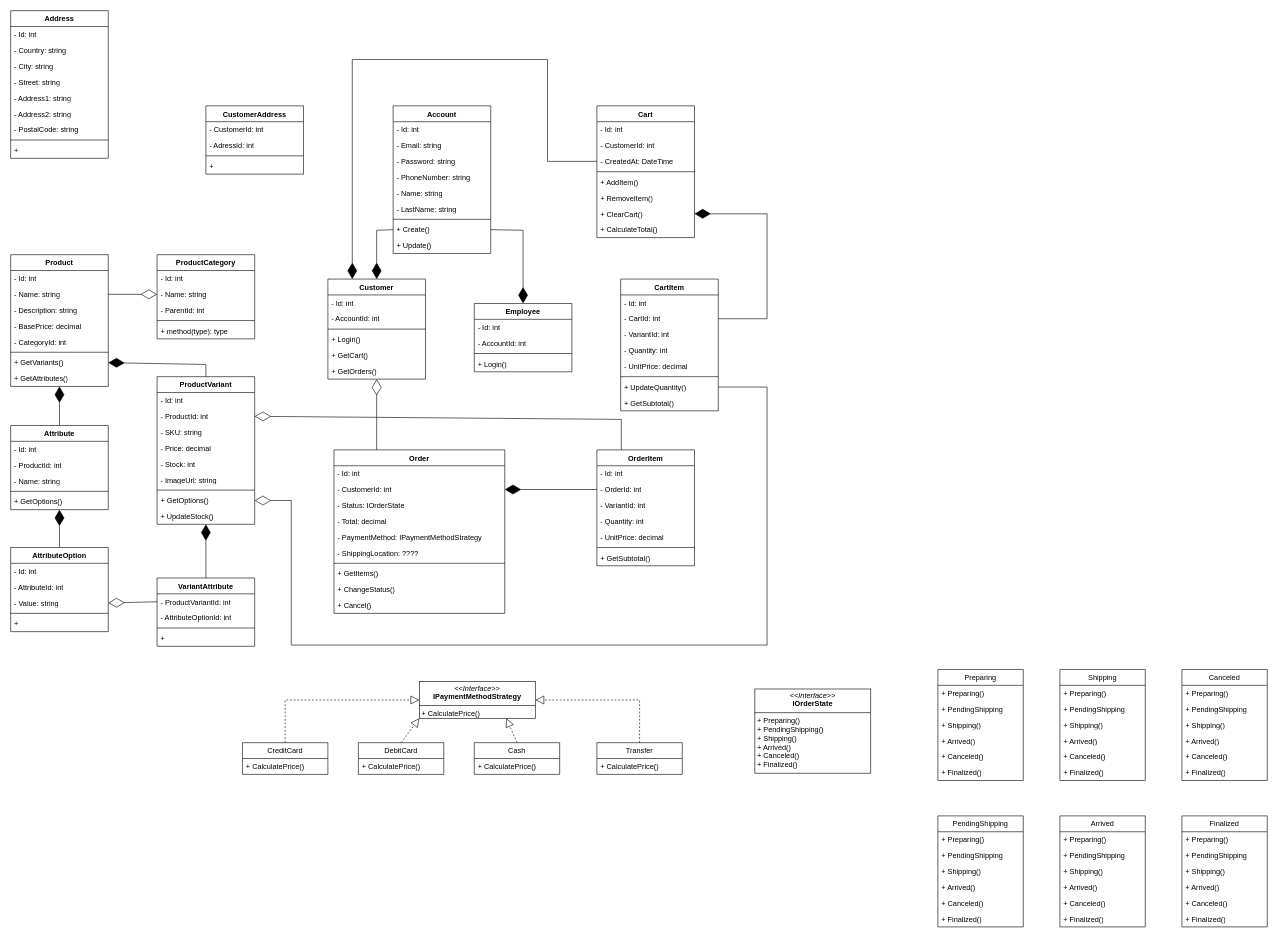
This is Ecommerce diagramm.drawio from Francisco-Galea/Diagramas-y-Otros, a draw.io file, before an edit. Source tidied: cells renumbered, new cells numbered last; positions are measured from the earlier drawing's top-left corner, leaving out a move shared by most shapes. Both pictures are drawn from the tidied source at 61%, with x=0, y=0 at pixel (10, 10).
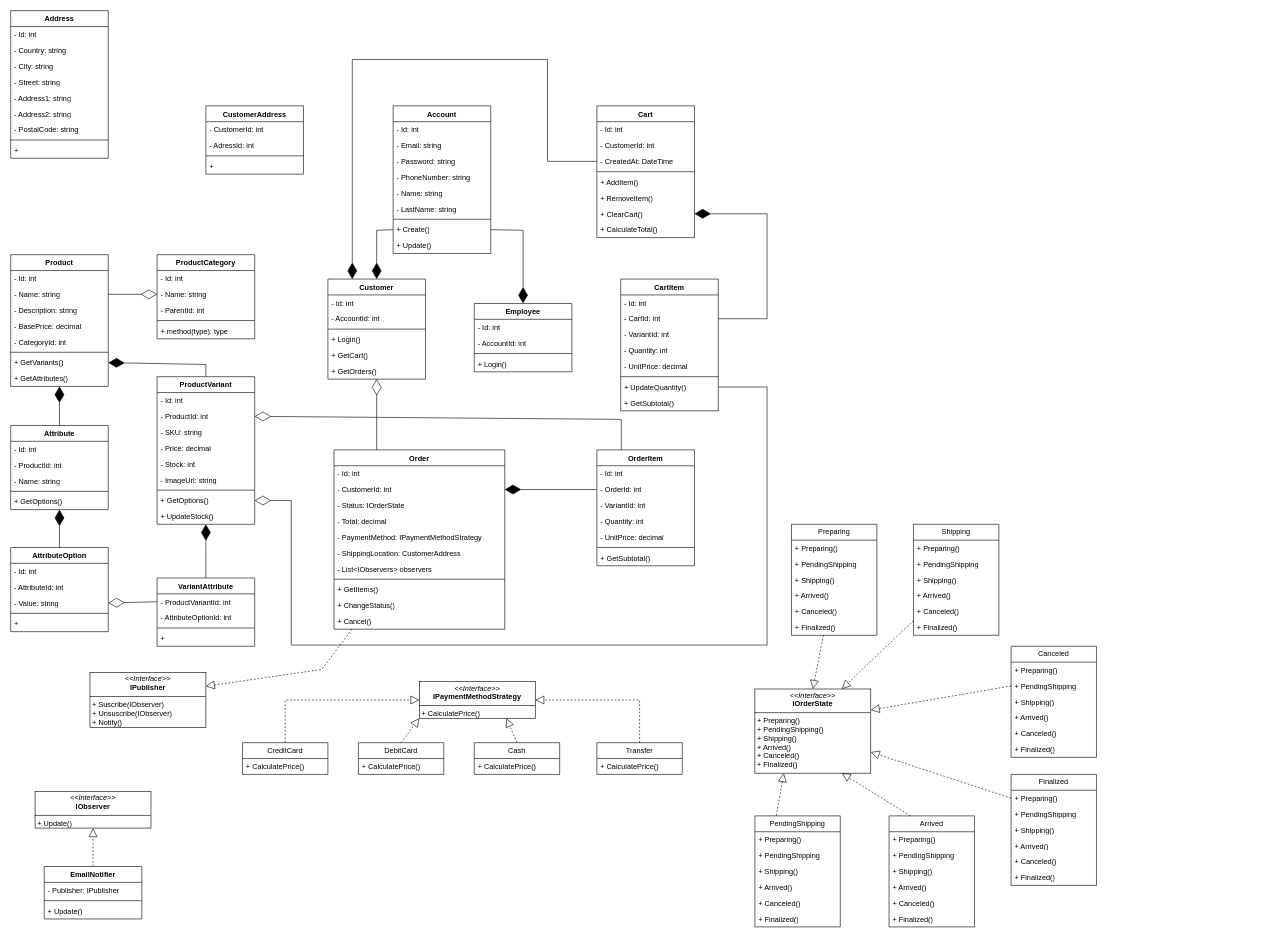
Above is the later version.

Unchanged cells that the change refers to:
```xml
<mxCell id="130" value="&lt;p style=&quot;margin:0px;margin-top:4px;text-align:center;&quot;&gt;&lt;i&gt;&amp;lt;&amp;lt;Interface&amp;gt;&amp;gt;&lt;/i&gt;&lt;br&gt;&lt;b&gt;IOrderState&lt;/b&gt;&lt;/p&gt;&lt;hr size=&quot;1&quot; style=&quot;border-style:solid;&quot;&gt;&lt;p style=&quot;margin:0px;margin-left:4px;&quot;&gt;+ Preparing()&lt;/p&gt;&lt;p style=&quot;margin:0px;margin-left:4px;&quot;&gt;+ PendingShipping()&lt;/p&gt;&lt;p style=&quot;margin:0px;margin-left:4px;&quot;&gt;+ Shipping()&lt;/p&gt;&lt;p style=&quot;margin:0px;margin-left:4px;&quot;&gt;+ Arrived()&lt;/p&gt;&lt;p style=&quot;margin:0px;margin-left:4px;&quot;&gt;+ Canceled()&lt;/p&gt;&lt;p style=&quot;margin:0px;margin-left:4px;&quot;&gt;+ Finalized()&lt;/p&gt;&lt;p style=&quot;margin:0px;margin-left:4px;&quot;&gt;&lt;br&gt;&lt;/p&gt;" style="verticalAlign=top;align=left;overflow=fill;html=1;whiteSpace=wrap;" parent="1" vertex="1">
  <mxGeometry x="1220" y="1112" width="190" height="138" as="geometry" />
</mxCell>
<mxCell id="176" value="+ PendingShipping" style="text;strokeColor=none;fillColor=none;align=left;verticalAlign=top;spacingLeft=4;spacingRight=4;overflow=hidden;points=[[0,0.5],[1,0.5]];portConstraint=eastwest;whiteSpace=wrap;html=1;" parent="174" vertex="1">
  <mxGeometry y="52" width="140" height="26" as="geometry" />
</mxCell>
<mxCell id="182" value="+ Preparing()" style="text;strokeColor=none;fillColor=none;align=left;verticalAlign=top;spacingLeft=4;spacingRight=4;overflow=hidden;points=[[0,0.5],[1,0.5]];portConstraint=eastwest;whiteSpace=wrap;html=1;" parent="181" vertex="1">
  <mxGeometry y="26" width="140" height="26" as="geometry" />
</mxCell>
```

Change to the diagram source:
```diff
@@
     <mxCell id="90" value="Order" style="swimlane;fontStyle=1;align=center;verticalAlign=top;horizontal=1;startSize=26;whiteSpace=wrap;html=1;" parent="1" vertex="1">
-      <mxGeometry x="530" y="720" width="280" height="268" as="geometry" />
+      <mxGeometry x="530" y="720" width="280" height="294" as="geometry" />
     </mxCell>
@@
-    <mxCell id="96" value="- ShippingLocation: ????&amp;nbsp;" style="text;strokeColor=none;fillColor=none;align=left;verticalAlign=top;spacingLeft=4;spacingRight=4;overflow=hidden;whiteSpace=wrap;html=1;" parent="90" vertex="1">
+    <mxCell id="96" value="- ShippingLocation: CustomerAddress" style="text;strokeColor=none;fillColor=none;align=left;verticalAlign=top;spacingLeft=4;spacingRight=4;overflow=hidden;whiteSpace=wrap;html=1;" parent="90" vertex="1">
       <mxGeometry y="156" width="280" height="26" as="geometry" />
     </mxCell>
+    <mxCell id="188" value="- List&amp;lt;IObservers&amp;gt; observers" style="text;strokeColor=none;fillColor=none;align=left;verticalAlign=top;spacingLeft=4;spacingRight=4;overflow=hidden;whiteSpace=wrap;html=1;" parent="90" vertex="1">
+      <mxGeometry y="182" width="280" height="26" as="geometry" />
+    </mxCell>
     <mxCell id="97" style="line;strokeWidth=1;fillColor=none;align=left;verticalAlign=middle;spacingTop=-1;spacingLeft=3;spacingRight=3;labelPosition=right;strokeColor=inherit;" parent="90" vertex="1">
-      <mxGeometry y="182" width="280" height="8" as="geometry" />
+      <mxGeometry y="208" width="280" height="8" as="geometry" />
     </mxCell>
     <mxCell id="98" value="+ GetItems()" style="text;strokeColor=none;fillColor=none;align=left;verticalAlign=top;spacingLeft=4;spacingRight=4;overflow=hidden;whiteSpace=wrap;html=1;" parent="90" vertex="1">
-      <mxGeometry y="190" width="280" height="26" as="geometry" />
+      <mxGeometry y="216" width="280" height="26" as="geometry" />
     </mxCell>
     <mxCell id="99" value="+ ChangeStatus()" style="text;strokeColor=none;fillColor=none;align=left;verticalAlign=top;spacingLeft=4;spacingRight=4;overflow=hidden;whiteSpace=wrap;html=1;" parent="90" vertex="1">
-      <mxGeometry y="216" width="280" height="26" as="geometry" />
+      <mxGeometry y="242" width="280" height="26" as="geometry" />
     </mxCell>
     <mxCell id="100" value="+ Cancel()" style="text;strokeColor=none;fillColor=none;align=left;verticalAlign=top;spacingLeft=4;spacingRight=4;overflow=hidden;whiteSpace=wrap;html=1;" parent="90" vertex="1">
-      <mxGeometry y="242" width="280" height="26" as="geometry" />
+      <mxGeometry y="268" width="280" height="26" as="geometry" />
     </mxCell>
@@
     <mxCell id="146" value="Preparing" style="swimlane;fontStyle=0;horizontal=1;startSize=26;fillColor=none;whiteSpace=wrap;html=1;" parent="1" vertex="1">
-      <mxGeometry x="1520" y="1080" width="140" height="182" as="geometry" />
+      <mxGeometry x="1280" y="842" width="140" height="182" as="geometry" />
     </mxCell>
@@
     <mxCell id="153" value="PendingShipping" style="swimlane;fontStyle=0;horizontal=1;startSize=26;fillColor=none;whiteSpace=wrap;html=1;" parent="1" vertex="1">
-      <mxGeometry x="1520" y="1320" width="140" height="182" as="geometry" />
+      <mxGeometry x="1220" y="1320" width="140" height="182" as="geometry" />
     </mxCell>
@@
     <mxCell id="160" value="Shipping" style="swimlane;fontStyle=0;horizontal=1;startSize=26;fillColor=none;whiteSpace=wrap;html=1;" parent="1" vertex="1">
-      <mxGeometry x="1720" y="1080" width="140" height="182" as="geometry" />
+      <mxGeometry x="1480" y="842" width="140" height="182" as="geometry" />
     </mxCell>
@@
     <mxCell id="167" value="Arrived" style="swimlane;fontStyle=0;horizontal=1;startSize=26;fillColor=none;whiteSpace=wrap;html=1;" parent="1" vertex="1">
-      <mxGeometry x="1720" y="1320" width="140" height="182" as="geometry" />
+      <mxGeometry x="1440" y="1320" width="140" height="182" as="geometry" />
     </mxCell>
@@
     <mxCell id="174" value="Canceled" style="swimlane;fontStyle=0;horizontal=1;startSize=26;fillColor=none;whiteSpace=wrap;html=1;" parent="1" vertex="1">
-      <mxGeometry x="1920" y="1080" width="140" height="182" as="geometry" />
+      <mxGeometry x="1640" y="1042" width="140" height="182" as="geometry" />
     </mxCell>
@@
     <mxCell id="181" value="Finalized" style="swimlane;fontStyle=0;horizontal=1;startSize=26;fillColor=none;whiteSpace=wrap;html=1;" parent="1" vertex="1">
-      <mxGeometry x="1920" y="1320" width="140" height="182" as="geometry" />
+      <mxGeometry x="1640" y="1252" width="140" height="182" as="geometry" />
     </mxCell>
@@
+    <mxCell id="189" style="endArrow=block;dashed=1;endFill=0;endSize=12;html=1;rounded=0;entryX=0.5;entryY=0;entryDx=0;entryDy=0;" parent="1" edge="1" source="146" target="130">
+      <mxGeometry relative="1" as="geometry" />
+    </mxCell>
+    <mxCell id="190" style="endArrow=block;dashed=1;endFill=0;endSize=12;html=1;rounded=0;entryX=0.75;entryY=0;entryDx=0;entryDy=0;" parent="1" edge="1" source="160" target="130">
+      <mxGeometry relative="1" as="geometry" />
+    </mxCell>
+    <mxCell id="191" style="endArrow=block;dashed=1;endFill=0;endSize=12;html=1;rounded=0;entryX=1;entryY=0.25;entryDx=0;entryDy=0;exitX=0;exitY=0.5;exitDx=0;exitDy=0;" parent="1" edge="1" source="176" target="130">
+      <mxGeometry relative="1" as="geometry" />
+    </mxCell>
+    <mxCell id="192" style="endArrow=block;dashed=1;endFill=0;endSize=12;html=1;rounded=0;entryX=1;entryY=0.75;entryDx=0;entryDy=0;exitX=0;exitY=0.5;exitDx=0;exitDy=0;" parent="1" edge="1" source="182" target="130">
+      <mxGeometry relative="1" as="geometry" />
+    </mxCell>
+    <mxCell id="193" style="endArrow=block;dashed=1;endFill=0;endSize=12;html=1;rounded=0;entryX=0.75;entryY=1;entryDx=0;entryDy=0;exitX=0.25;exitY=0;exitDx=0;exitDy=0;" parent="1" edge="1" source="167" target="130">
+      <mxGeometry relative="1" as="geometry" />
+    </mxCell>
+    <mxCell id="194" style="endArrow=block;dashed=1;endFill=0;endSize=12;html=1;rounded=0;entryX=0.25;entryY=1;entryDx=0;entryDy=0;exitX=0.25;exitY=0;exitDx=0;exitDy=0;" parent="1" edge="1" source="153" target="130">
+      <mxGeometry relative="1" as="geometry" />
+    </mxCell>
+    <mxCell id="195" value="&lt;p style=&quot;margin:0px;margin-top:4px;text-align:center;&quot;&gt;&lt;i&gt;&amp;lt;&amp;lt;Interface&amp;gt;&amp;gt;&lt;/i&gt;&lt;br&gt;&lt;b&gt;IPublisher&lt;/b&gt;&lt;/p&gt;&lt;hr size=&quot;1&quot; style=&quot;border-style:solid;&quot;&gt;&lt;p style=&quot;margin:0px;margin-left:4px;&quot;&gt;+ Suscribe(IObserver)&lt;/p&gt;&lt;p style=&quot;margin:0px;margin-left:4px;&quot;&gt;+ Unsuscribe(IObserver)&lt;/p&gt;&lt;p style=&quot;margin:0px;margin-left:4px;&quot;&gt;+ Notify()&lt;/p&gt;" style="verticalAlign=top;align=left;overflow=fill;html=1;whiteSpace=wrap;" parent="1" vertex="1">
+      <mxGeometry x="130" y="1085" width="190" height="90" as="geometry" />
+    </mxCell>
+    <mxCell id="196" style="endArrow=block;dashed=1;endFill=0;endSize=12;html=1;rounded=0;entryX=1;entryY=0.25;entryDx=0;entryDy=0;" parent="1" edge="1" source="90" target="195">
+      <mxGeometry relative="1" as="geometry">
+        <Array as="points">
+          <mxPoint x="510" y="1080" />
+        </Array>
+      </mxGeometry>
+    </mxCell>
+    <mxCell id="197" value="&lt;p style=&quot;margin:0px;margin-top:4px;text-align:center;&quot;&gt;&lt;i&gt;&amp;lt;&amp;lt;Interface&amp;gt;&amp;gt;&lt;/i&gt;&lt;br&gt;&lt;b&gt;IObserver&lt;/b&gt;&lt;/p&gt;&lt;hr size=&quot;1&quot; style=&quot;border-style:solid;&quot;&gt;&lt;p style=&quot;margin:0px;margin-left:4px;&quot;&gt;+ Update()&lt;/p&gt;" style="verticalAlign=top;align=left;overflow=fill;html=1;whiteSpace=wrap;" parent="1" vertex="1">
+      <mxGeometry x="40" y="1280" width="190" height="60" as="geometry" />
+    </mxCell>
+    <mxCell id="198" value="EmailNotifier" style="swimlane;fontStyle=1;align=center;verticalAlign=top;horizontal=1;startSize=26;whiteSpace=wrap;html=1;" parent="1" vertex="1">
+      <mxGeometry x="55" y="1403" width="160" height="86" as="geometry" />
+    </mxCell>
+    <mxCell id="199" value="- Publisher: IPublisher" style="text;strokeColor=none;fillColor=none;align=left;verticalAlign=top;spacingLeft=4;spacingRight=4;overflow=hidden;whiteSpace=wrap;html=1;" parent="198" vertex="1">
+      <mxGeometry y="26" width="160" height="26" as="geometry" />
+    </mxCell>
+    <mxCell id="200" style="line;strokeWidth=1;fillColor=none;align=left;verticalAlign=middle;spacingTop=-1;spacingLeft=3;spacingRight=3;labelPosition=right;strokeColor=inherit;" parent="198" vertex="1">
+      <mxGeometry y="52" width="160" height="8" as="geometry" />
+    </mxCell>
+    <mxCell id="201" value="+ Update()" style="text;strokeColor=none;fillColor=none;align=left;verticalAlign=top;spacingLeft=4;spacingRight=4;overflow=hidden;whiteSpace=wrap;html=1;" parent="198" vertex="1">
+      <mxGeometry y="60" width="160" height="26" as="geometry" />
+    </mxCell>
+    <mxCell id="202" style="endArrow=block;dashed=1;endFill=0;endSize=12;html=1;rounded=0;entryX=0.5;entryY=1;entryDx=0;entryDy=0;exitX=0.5;exitY=0;exitDx=0;exitDy=0;" parent="1" edge="1" source="198" target="197">
+      <mxGeometry relative="1" as="geometry" />
+    </mxCell>
```
